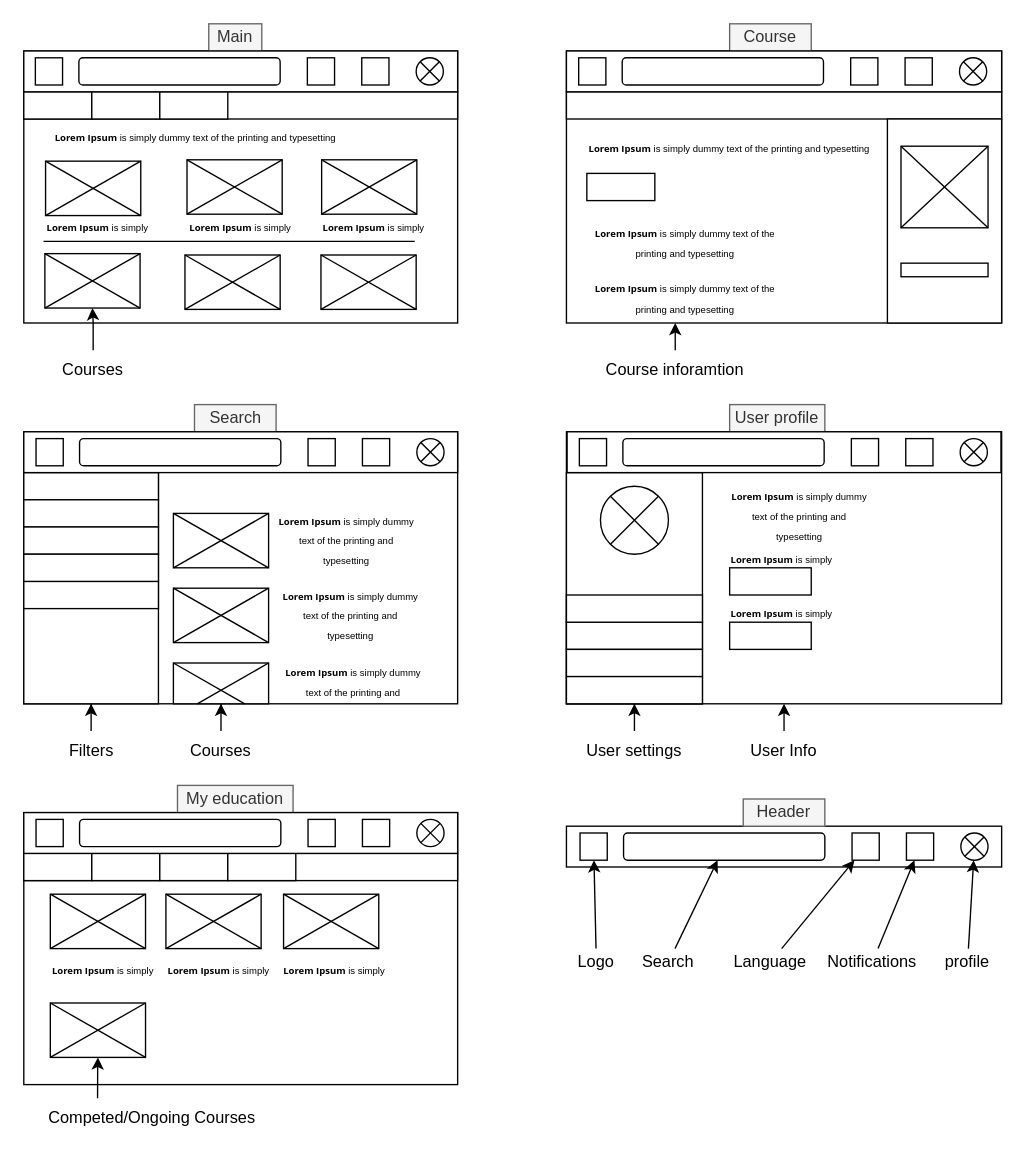
This is Documentation/Екрани/Screens.drawio from PemzaZevsa/OOP_Cursova, a draw.io file, before an edit. Source tidied: cells renumbered, new cells numbered last; positions are measured from the earlier drawing's top-left corner, leaving out a move shared by most shapes. Both pictures are drawn from the tidied source at 136%, with x=0, y=0 at pixel (23, 23).
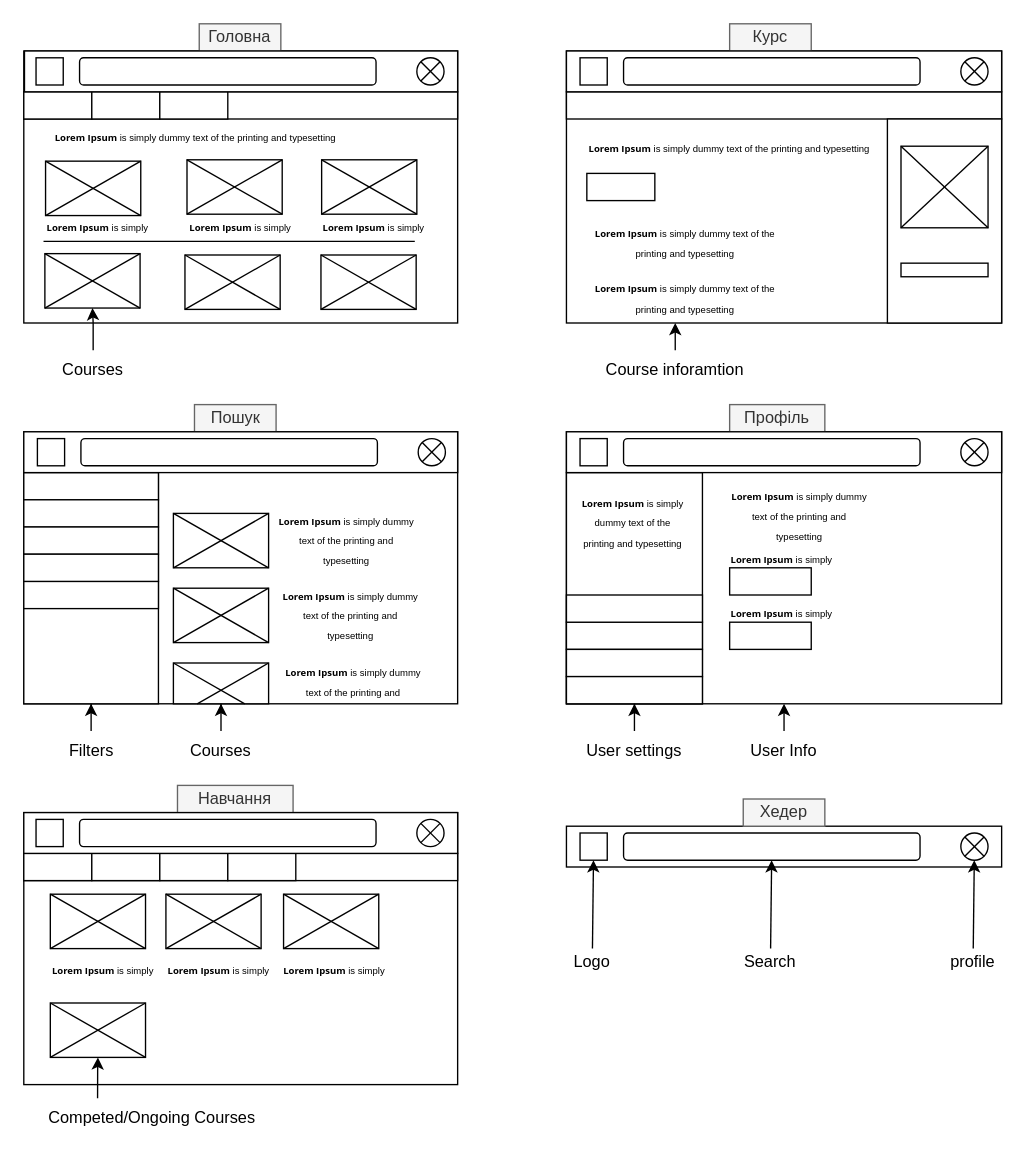
Above is the later version.

The edit, as a diff of the source:
```diff
@@
-    <mxCell id="3" value="Main" style="text;html=1;align=center;verticalAlign=middle;whiteSpace=wrap;rounded=0;fillColor=#f5f5f5;fontColor=#333333;strokeColor=#666666;" parent="1" vertex="1">
-      <mxGeometry x="136" width="39" height="20" as="geometry" />
+    <mxCell id="3" value="Головна" style="text;html=1;align=center;verticalAlign=middle;whiteSpace=wrap;rounded=0;fillColor=#f5f5f5;fontColor=#333333;strokeColor=#666666;" parent="1" vertex="1">
+      <mxGeometry x="129" width="60" height="20" as="geometry" />
     </mxCell>
@@
-    <mxCell id="8" value="Course" style="text;html=1;align=center;verticalAlign=middle;whiteSpace=wrap;rounded=0;fillColor=#f5f5f5;fontColor=#333333;strokeColor=#666666;" parent="1" vertex="1">
+    <mxCell id="8" value="Курс" style="text;html=1;align=center;verticalAlign=middle;whiteSpace=wrap;rounded=0;fillColor=#f5f5f5;fontColor=#333333;strokeColor=#666666;" parent="1" vertex="1">
       <mxGeometry x="519" width="60" height="20" as="geometry" />
     </mxCell>
@@
-    <mxCell id="15" value="Search" style="text;html=1;align=center;verticalAlign=middle;whiteSpace=wrap;rounded=0;fillColor=#f5f5f5;fontColor=#333333;strokeColor=#666666;" parent="1" vertex="1">
+    <mxCell id="15" value="Пошук" style="text;html=1;align=center;verticalAlign=middle;whiteSpace=wrap;rounded=0;fillColor=#f5f5f5;fontColor=#333333;strokeColor=#666666;" parent="1" vertex="1">
       <mxGeometry x="125.5" y="280" width="60" height="20" as="geometry" />
     </mxCell>
@@
-    <mxCell id="23" value="User profile" style="text;html=1;align=center;verticalAlign=middle;whiteSpace=wrap;rounded=0;fillColor=#f5f5f5;fontColor=#333333;strokeColor=#666666;" parent="1" vertex="1">
+    <mxCell id="23" value="Профіль" style="text;html=1;align=center;verticalAlign=middle;whiteSpace=wrap;rounded=0;fillColor=#f5f5f5;fontColor=#333333;strokeColor=#666666;" parent="1" vertex="1">
       <mxGeometry x="519" y="280" width="70" height="20" as="geometry" />
     </mxCell>
@@
-    <mxCell id="25" style="ellipse;whiteSpace=wrap;html=1;" parent="1" vertex="1">
-      <mxGeometry x="424" y="340" width="50" height="50" as="geometry" />
-    </mxCell>
@@
-    <mxCell id="31" value="My education" style="text;html=1;align=center;verticalAlign=middle;whiteSpace=wrap;rounded=0;fillColor=#f5f5f5;fontColor=#333333;strokeColor=#666666;" parent="1" vertex="1">
+    <mxCell id="31" value="Навчання" style="text;html=1;align=center;verticalAlign=middle;whiteSpace=wrap;rounded=0;fillColor=#f5f5f5;fontColor=#333333;strokeColor=#666666;" parent="1" vertex="1">
       <mxGeometry x="113" y="560" width="85" height="20" as="geometry" />
     </mxCell>
@@
     <mxCell id="39" style="rounded=1;whiteSpace=wrap;html=1;" parent="1" vertex="1">
-      <mxGeometry x="441" y="595" width="148" height="20" as="geometry" />
+      <mxGeometry x="441" y="595" width="218" height="20" as="geometry" />
     </mxCell>
-    <mxCell id="40" value="Header" style="text;html=1;align=center;verticalAlign=middle;whiteSpace=wrap;rounded=0;fillColor=#f5f5f5;fontColor=#333333;strokeColor=#666666;" parent="1" vertex="1">
+    <mxCell id="40" value="Хедер" style="text;html=1;align=center;verticalAlign=middle;whiteSpace=wrap;rounded=0;fillColor=#f5f5f5;fontColor=#333333;strokeColor=#666666;" parent="1" vertex="1">
       <mxGeometry x="529" y="570" width="60" height="20" as="geometry" />
     </mxCell>
@@
-    <mxCell id="42" style="rounded=0;whiteSpace=wrap;html=1;" parent="1" vertex="1">
-      <mxGeometry x="609" y="595" width="20" height="20" as="geometry" />
-    </mxCell>
-    <mxCell id="43" style="rounded=0;whiteSpace=wrap;html=1;" parent="1" vertex="1">
-      <mxGeometry x="649" y="595" width="20" height="20" as="geometry" />
-    </mxCell>
     <mxCell id="44" value="Logo" style="text;html=1;align=center;verticalAlign=middle;whiteSpace=wrap;rounded=0;" parent="1" vertex="1">
-      <mxGeometry x="401" y="680" width="40" height="20" as="geometry" />
+      <mxGeometry x="398" y="680" width="40" height="20" as="geometry" />
     </mxCell>
     <mxCell id="45" value="Search" style="text;html=1;align=center;verticalAlign=middle;whiteSpace=wrap;rounded=0;" parent="1" vertex="1">
-      <mxGeometry x="449" y="680" width="50" height="20" as="geometry" />
+      <mxGeometry x="524" y="680" width="50" height="20" as="geometry" />
     </mxCell>
-    <mxCell id="46" value="Language" style="text;html=1;align=center;verticalAlign=middle;whiteSpace=wrap;rounded=0;" parent="1" vertex="1">
-      <mxGeometry x="514" y="680" width="70" height="20" as="geometry" />
-    </mxCell>
-    <mxCell id="47" value="Notifications" style="text;html=1;align=center;verticalAlign=middle;whiteSpace=wrap;rounded=0;" parent="1" vertex="1">
-      <mxGeometry x="589" y="680" width="70" height="20" as="geometry" />
-    </mxCell>
     <mxCell id="48" value="profile" style="text;html=1;align=center;verticalAlign=middle;whiteSpace=wrap;rounded=0;" parent="1" vertex="1">
-      <mxGeometry x="669" y="680" width="50" height="20" as="geometry" />
+      <mxGeometry x="673" y="680" width="50" height="20" as="geometry" />
     </mxCell>
@@
-    <mxCell id="51" style="endArrow=classic;html=1;rounded=0;" parent="1" edge="1" source="46" target="42">
-      <mxGeometry relative="1" as="geometry" />
-    </mxCell>
-    <mxCell id="52" style="endArrow=classic;html=1;rounded=0;" parent="1" edge="1" source="47" target="43">
-      <mxGeometry relative="1" as="geometry" />
-    </mxCell>
@@
-    <mxCell id="75" style="rounded=0;whiteSpace=wrap;html=1;" parent="1" vertex="1">
-      <mxGeometry y="300" width="319" height="30" as="geometry" />
-    </mxCell>
-    <mxCell id="76" style="ellipse;whiteSpace=wrap;html=1;" parent="1" vertex="1">
-      <mxGeometry x="289" y="305" width="20" height="20" as="geometry" />
-    </mxCell>
-    <mxCell id="77" style="rounded=1;whiteSpace=wrap;html=1;" parent="1" vertex="1">
-      <mxGeometry x="41" y="305" width="148" height="20" as="geometry" />
-    </mxCell>
-    <mxCell id="78" style="rounded=0;whiteSpace=wrap;html=1;" parent="1" vertex="1">
-      <mxGeometry x="9" y="305" width="20" height="20" as="geometry" />
-    </mxCell>
-    <mxCell id="79" style="rounded=0;whiteSpace=wrap;html=1;" parent="1" vertex="1">
-      <mxGeometry x="209" y="305" width="20" height="20" as="geometry" />
-    </mxCell>
-    <mxCell id="80" style="rounded=0;whiteSpace=wrap;html=1;" parent="1" vertex="1">
-      <mxGeometry x="249" y="305" width="20" height="20" as="geometry" />
-    </mxCell>
@@
-    <mxCell id="110" style="endArrow=none;html=1;rounded=0;entryX=0;entryY=0;entryDx=0;entryDy=0;exitX=1;exitY=1;exitDx=0;exitDy=0;" parent="1" edge="1" source="25" target="25">
-      <mxGeometry relative="1" as="geometry" />
-    </mxCell>
-    <mxCell id="111" style="endArrow=none;html=1;rounded=0;entryX=1;entryY=0;entryDx=0;entryDy=0;exitX=0;exitY=1;exitDx=0;exitDy=0;" parent="1" edge="1" source="25" target="25">
-      <mxGeometry relative="1" as="geometry" />
-    </mxCell>
-    <mxCell id="112" style="endArrow=none;html=1;rounded=0;entryX=1;entryY=0;entryDx=0;entryDy=0;exitX=0;exitY=1;exitDx=0;exitDy=0;" parent="1" edge="1" source="76" target="76">
-      <mxGeometry relative="1" as="geometry" />
-    </mxCell>
-    <mxCell id="113" style="endArrow=none;html=1;rounded=0;entryX=0;entryY=0;entryDx=0;entryDy=0;exitX=1;exitY=1;exitDx=0;exitDy=0;" parent="1" edge="1" source="76" target="76">
-      <mxGeometry relative="1" as="geometry" />
-    </mxCell>
-    <mxCell id="114" style="rounded=0;whiteSpace=wrap;html=1;" parent="1" vertex="1">
-      <mxGeometry x="399.5" y="300" width="319" height="30" as="geometry" />
-    </mxCell>
-    <mxCell id="115" style="ellipse;whiteSpace=wrap;html=1;" parent="1" vertex="1">
-      <mxGeometry x="688.5" y="305" width="20" height="20" as="geometry" />
-    </mxCell>
-    <mxCell id="116" style="rounded=1;whiteSpace=wrap;html=1;" parent="1" vertex="1">
-      <mxGeometry x="440.5" y="305" width="148" height="20" as="geometry" />
-    </mxCell>
-    <mxCell id="117" style="rounded=0;whiteSpace=wrap;html=1;" parent="1" vertex="1">
-      <mxGeometry x="408.5" y="305" width="20" height="20" as="geometry" />
-    </mxCell>
-    <mxCell id="118" style="rounded=0;whiteSpace=wrap;html=1;" parent="1" vertex="1">
-      <mxGeometry x="608.5" y="305" width="20" height="20" as="geometry" />
-    </mxCell>
-    <mxCell id="119" style="rounded=0;whiteSpace=wrap;html=1;" parent="1" vertex="1">
-      <mxGeometry x="648.5" y="305" width="20" height="20" as="geometry" />
-    </mxCell>
-    <mxCell id="120" style="endArrow=none;html=1;rounded=0;entryX=1;entryY=0;entryDx=0;entryDy=0;exitX=0;exitY=1;exitDx=0;exitDy=0;" parent="1" edge="1" source="115" target="115">
-      <mxGeometry relative="1" as="geometry" />
-    </mxCell>
-    <mxCell id="121" style="endArrow=none;html=1;rounded=0;entryX=0;entryY=0;entryDx=0;entryDy=0;exitX=1;exitY=1;exitDx=0;exitDy=0;" parent="1" edge="1" source="115" target="115">
-      <mxGeometry relative="1" as="geometry" />
-    </mxCell>
-    <mxCell id="122" style="rounded=0;whiteSpace=wrap;html=1;" parent="1" vertex="1">
-      <mxGeometry x="399" y="20" width="320" height="30" as="geometry" />
-    </mxCell>
-    <mxCell id="123" style="ellipse;whiteSpace=wrap;html=1;" parent="1" vertex="1">
-      <mxGeometry x="688" y="25" width="20" height="20" as="geometry" />
-    </mxCell>
-    <mxCell id="124" style="rounded=1;whiteSpace=wrap;html=1;" parent="1" vertex="1">
-      <mxGeometry x="440" y="25" width="148" height="20" as="geometry" />
-    </mxCell>
-    <mxCell id="125" style="rounded=0;whiteSpace=wrap;html=1;" parent="1" vertex="1">
-      <mxGeometry x="408" y="25" width="20" height="20" as="geometry" />
-    </mxCell>
-    <mxCell id="126" style="rounded=0;whiteSpace=wrap;html=1;" parent="1" vertex="1">
-      <mxGeometry x="608" y="25" width="20" height="20" as="geometry" />
-    </mxCell>
-    <mxCell id="127" style="rounded=0;whiteSpace=wrap;html=1;" parent="1" vertex="1">
-      <mxGeometry x="648" y="25" width="20" height="20" as="geometry" />
-    </mxCell>
-    <mxCell id="128" style="endArrow=none;html=1;rounded=0;entryX=1;entryY=0;entryDx=0;entryDy=0;exitX=0;exitY=1;exitDx=0;exitDy=0;" parent="1" edge="1" source="123" target="123">
-      <mxGeometry relative="1" as="geometry" />
-    </mxCell>
-    <mxCell id="129" style="endArrow=none;html=1;rounded=0;entryX=0;entryY=0;entryDx=0;entryDy=0;exitX=1;exitY=1;exitDx=0;exitDy=0;" parent="1" edge="1" source="123" target="123">
-      <mxGeometry relative="1" as="geometry" />
-    </mxCell>
-    <mxCell id="130" style="rounded=0;whiteSpace=wrap;html=1;" parent="1" vertex="1">
-      <mxGeometry y="20" width="319" height="30" as="geometry" />
-    </mxCell>
-    <mxCell id="131" style="ellipse;whiteSpace=wrap;html=1;" parent="1" vertex="1">
-      <mxGeometry x="288.5" y="25" width="20" height="20" as="geometry" />
-    </mxCell>
-    <mxCell id="132" style="rounded=1;whiteSpace=wrap;html=1;" parent="1" vertex="1">
-      <mxGeometry x="40.5" y="25" width="148" height="20" as="geometry" />
-    </mxCell>
-    <mxCell id="133" style="rounded=0;whiteSpace=wrap;html=1;" parent="1" vertex="1">
-      <mxGeometry x="8.5" y="25" width="20" height="20" as="geometry" />
-    </mxCell>
-    <mxCell id="134" style="rounded=0;whiteSpace=wrap;html=1;" parent="1" vertex="1">
-      <mxGeometry x="208.5" y="25" width="20" height="20" as="geometry" />
-    </mxCell>
-    <mxCell id="135" style="rounded=0;whiteSpace=wrap;html=1;" parent="1" vertex="1">
-      <mxGeometry x="248.5" y="25" width="20" height="20" as="geometry" />
-    </mxCell>
-    <mxCell id="136" style="endArrow=none;html=1;rounded=0;entryX=1;entryY=0;entryDx=0;entryDy=0;exitX=0;exitY=1;exitDx=0;exitDy=0;" parent="1" edge="1" source="131" target="131">
-      <mxGeometry relative="1" as="geometry" />
-    </mxCell>
-    <mxCell id="137" style="endArrow=none;html=1;rounded=0;entryX=0;entryY=0;entryDx=0;entryDy=0;exitX=1;exitY=1;exitDx=0;exitDy=0;" parent="1" edge="1" source="131" target="131">
-      <mxGeometry relative="1" as="geometry" />
-    </mxCell>
-    <mxCell id="138" style="rounded=0;whiteSpace=wrap;html=1;" parent="1" vertex="1">
-      <mxGeometry y="580" width="319" height="30" as="geometry" />
-    </mxCell>
-    <mxCell id="139" style="ellipse;whiteSpace=wrap;html=1;" parent="1" vertex="1">
-      <mxGeometry x="289" y="585" width="20" height="20" as="geometry" />
-    </mxCell>
-    <mxCell id="140" style="rounded=1;whiteSpace=wrap;html=1;" parent="1" vertex="1">
-      <mxGeometry x="41" y="585" width="148" height="20" as="geometry" />
-    </mxCell>
-    <mxCell id="141" style="rounded=0;whiteSpace=wrap;html=1;" parent="1" vertex="1">
-      <mxGeometry x="9" y="585" width="20" height="20" as="geometry" />
-    </mxCell>
-    <mxCell id="142" style="rounded=0;whiteSpace=wrap;html=1;" parent="1" vertex="1">
-      <mxGeometry x="209" y="585" width="20" height="20" as="geometry" />
-    </mxCell>
-    <mxCell id="143" style="rounded=0;whiteSpace=wrap;html=1;" parent="1" vertex="1">
-      <mxGeometry x="249" y="585" width="20" height="20" as="geometry" />
-    </mxCell>
-    <mxCell id="144" style="endArrow=none;html=1;rounded=0;entryX=1;entryY=0;entryDx=0;entryDy=0;exitX=0;exitY=1;exitDx=0;exitDy=0;" parent="1" edge="1" source="139" target="139">
-      <mxGeometry relative="1" as="geometry" />
-    </mxCell>
-    <mxCell id="145" style="endArrow=none;html=1;rounded=0;entryX=0;entryY=0;entryDx=0;entryDy=0;exitX=1;exitY=1;exitDx=0;exitDy=0;" parent="1" edge="1" source="139" target="139">
-      <mxGeometry relative="1" as="geometry" />
-    </mxCell>
@@
+    <mxCell id="174" value="&lt;font style=&quot;font-size: 7px;&quot;&gt;&lt;strong style=&quot;margin: 0px; padding: 0px; font-family: &amp;quot;Open Sans&amp;quot;, Arial, sans-serif; text-align: justify; background-color: rgb(255, 255, 255);&quot;&gt;Lorem Ipsum&lt;/strong&gt;&amp;nbsp;is simply dummy text of the printing and typesetting&lt;/font&gt;" style="text;html=1;align=center;verticalAlign=middle;whiteSpace=wrap;rounded=0;" parent="1" vertex="1">
+      <mxGeometry x="408" y="347.5" width="79.5" height="37.5" as="geometry" />
+    </mxCell>
+    <mxCell id="75" style="rounded=0;whiteSpace=wrap;html=1;" parent="1" vertex="1">
+      <mxGeometry y="300" width="319" height="30" as="geometry" />
+    </mxCell>
+    <mxCell id="175" style="ellipse;whiteSpace=wrap;html=1;" parent="1" vertex="1">
+      <mxGeometry x="290" y="305" width="20" height="20" as="geometry" />
+    </mxCell>
+    <mxCell id="176" style="rounded=1;whiteSpace=wrap;html=1;" parent="1" vertex="1">
+      <mxGeometry x="42" y="305" width="218" height="20" as="geometry" />
+    </mxCell>
+    <mxCell id="177" style="rounded=0;whiteSpace=wrap;html=1;" parent="1" vertex="1">
+      <mxGeometry x="10" y="305" width="20" height="20" as="geometry" />
+    </mxCell>
+    <mxCell id="178" style="endArrow=none;html=1;rounded=0;entryX=0;entryY=0;entryDx=0;entryDy=0;exitX=1;exitY=1;exitDx=0;exitDy=0;" parent="1" edge="1" source="175" target="175">
+      <mxGeometry relative="1" as="geometry" />
+    </mxCell>
+    <mxCell id="179" style="endArrow=none;html=1;rounded=0;exitX=0;exitY=1;exitDx=0;exitDy=0;entryX=1;entryY=0;entryDx=0;entryDy=0;" parent="1" edge="1" source="175" target="175">
+      <mxGeometry relative="1" as="geometry" />
+    </mxCell>
+    <mxCell id="180" style="rounded=0;whiteSpace=wrap;html=1;" parent="1" vertex="1">
+      <mxGeometry x="399" y="300" width="320" height="30" as="geometry" />
+    </mxCell>
+    <mxCell id="181" style="ellipse;whiteSpace=wrap;html=1;" parent="1" vertex="1">
+      <mxGeometry x="689" y="305" width="20" height="20" as="geometry" />
+    </mxCell>
+    <mxCell id="182" style="rounded=1;whiteSpace=wrap;html=1;" parent="1" vertex="1">
+      <mxGeometry x="441" y="305" width="218" height="20" as="geometry" />
+    </mxCell>
+    <mxCell id="183" style="rounded=0;whiteSpace=wrap;html=1;" parent="1" vertex="1">
+      <mxGeometry x="409" y="305" width="20" height="20" as="geometry" />
+    </mxCell>
+    <mxCell id="184" style="endArrow=none;html=1;rounded=0;entryX=0;entryY=0;entryDx=0;entryDy=0;exitX=1;exitY=1;exitDx=0;exitDy=0;" parent="1" edge="1" source="181" target="181">
+      <mxGeometry relative="1" as="geometry" />
+    </mxCell>
+    <mxCell id="185" style="endArrow=none;html=1;rounded=0;exitX=0;exitY=1;exitDx=0;exitDy=0;entryX=1;entryY=0;entryDx=0;entryDy=0;" parent="1" edge="1" source="181" target="181">
+      <mxGeometry relative="1" as="geometry" />
+    </mxCell>
+    <mxCell id="122" style="rounded=0;whiteSpace=wrap;html=1;" parent="1" vertex="1">
+      <mxGeometry x="399" y="20" width="320" height="30" as="geometry" />
+    </mxCell>
+    <mxCell id="186" style="ellipse;whiteSpace=wrap;html=1;" parent="1" vertex="1">
+      <mxGeometry x="689" y="25" width="20" height="20" as="geometry" />
+    </mxCell>
+    <mxCell id="187" style="rounded=1;whiteSpace=wrap;html=1;" parent="1" vertex="1">
+      <mxGeometry x="441" y="25" width="218" height="20" as="geometry" />
+    </mxCell>
+    <mxCell id="188" style="rounded=0;whiteSpace=wrap;html=1;" parent="1" vertex="1">
+      <mxGeometry x="409" y="25" width="20" height="20" as="geometry" />
+    </mxCell>
+    <mxCell id="189" style="endArrow=none;html=1;rounded=0;entryX=0;entryY=0;entryDx=0;entryDy=0;exitX=1;exitY=1;exitDx=0;exitDy=0;" parent="1" edge="1" source="186" target="186">
+      <mxGeometry relative="1" as="geometry" />
+    </mxCell>
+    <mxCell id="190" style="endArrow=none;html=1;rounded=0;exitX=0;exitY=1;exitDx=0;exitDy=0;entryX=1;entryY=0;entryDx=0;entryDy=0;" parent="1" edge="1" source="186" target="186">
+      <mxGeometry relative="1" as="geometry" />
+    </mxCell>
+    <mxCell id="191" style="rounded=0;whiteSpace=wrap;html=1;" parent="1" vertex="1">
+      <mxGeometry x="0.5" y="20" width="318.5" height="30" as="geometry" />
+    </mxCell>
+    <mxCell id="192" style="ellipse;whiteSpace=wrap;html=1;" parent="1" vertex="1">
+      <mxGeometry x="289" y="25" width="20" height="20" as="geometry" />
+    </mxCell>
+    <mxCell id="193" style="rounded=1;whiteSpace=wrap;html=1;" parent="1" vertex="1">
+      <mxGeometry x="41" y="25" width="218" height="20" as="geometry" />
+    </mxCell>
+    <mxCell id="194" style="rounded=0;whiteSpace=wrap;html=1;" parent="1" vertex="1">
+      <mxGeometry x="9" y="25" width="20" height="20" as="geometry" />
+    </mxCell>
+    <mxCell id="195" style="endArrow=none;html=1;rounded=0;entryX=0;entryY=0;entryDx=0;entryDy=0;exitX=1;exitY=1;exitDx=0;exitDy=0;" parent="1" edge="1" source="192" target="192">
+      <mxGeometry relative="1" as="geometry" />
+    </mxCell>
+    <mxCell id="196" style="endArrow=none;html=1;rounded=0;exitX=0;exitY=1;exitDx=0;exitDy=0;entryX=1;entryY=0;entryDx=0;entryDy=0;" parent="1" edge="1" source="192" target="192">
+      <mxGeometry relative="1" as="geometry" />
+    </mxCell>
+    <mxCell id="138" style="rounded=0;whiteSpace=wrap;html=1;" parent="1" vertex="1">
+      <mxGeometry y="580" width="319" height="30" as="geometry" />
+    </mxCell>
+    <mxCell id="139" style="ellipse;whiteSpace=wrap;html=1;" parent="1" vertex="1">
+      <mxGeometry x="289" y="585" width="20" height="20" as="geometry" />
+    </mxCell>
+    <mxCell id="197" style="rounded=1;whiteSpace=wrap;html=1;" parent="1" vertex="1">
+      <mxGeometry x="41" y="585" width="218" height="20" as="geometry" />
+    </mxCell>
+    <mxCell id="141" style="rounded=0;whiteSpace=wrap;html=1;" parent="1" vertex="1">
+      <mxGeometry x="9" y="585" width="20" height="20" as="geometry" />
+    </mxCell>
+    <mxCell id="198" style="endArrow=none;html=1;rounded=0;entryX=0;entryY=0;entryDx=0;entryDy=0;exitX=1;exitY=1;exitDx=0;exitDy=0;" parent="1" edge="1" source="139" target="139">
+      <mxGeometry relative="1" as="geometry" />
+    </mxCell>
+    <mxCell id="199" style="endArrow=none;html=1;rounded=0;exitX=0;exitY=1;exitDx=0;exitDy=0;entryX=1;entryY=0;entryDx=0;entryDy=0;" parent="1" edge="1" source="139" target="139">
+      <mxGeometry relative="1" as="geometry" />
+    </mxCell>
```
